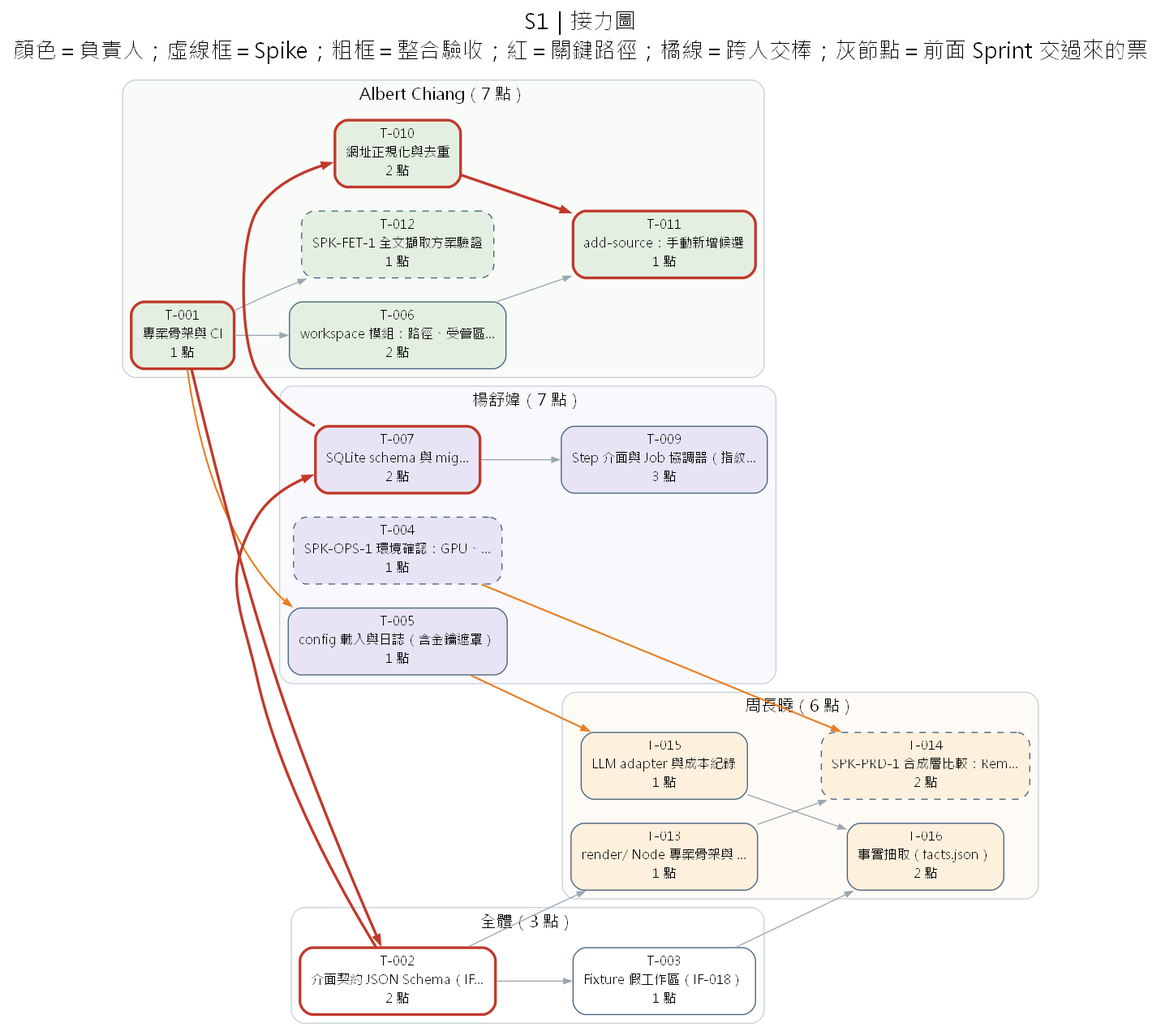
Earlier version of the Graphviz export engineering/diagrams/dag-S1.png (Zenobia000/AI_Media_Studio_content_pipe). Its source is kept beside it as engineering/diagrams/dag-S1.dot. The source it was exported from:
```dot
digraph S {
graph [rankdir=LR, bgcolor="white", fontname="Microsoft JhengHei", fontsize=20, labelloc=t, nodesep=0.3, ranksep=0.7, label="S1｜接力圖
顏色＝負責人；虛線框＝Spike；粗框＝整合驗收；紅＝關鍵路徑；橘線＝跨人交棒；灰節點＝前面 Sprint 交過來的票"];
node [shape=box, style="rounded,filled", fontname="Microsoft JhengHei", fontsize=12, color="#42617d", margin="0.14,0.07"];
edge [color="#9aa7b3", arrowsize=0.7];
subgraph "cluster_Albert Chiang" { label="Albert Chiang（7 點）"; style="rounded,filled"; fillcolor="#e3f0e140"; color="#c7d0d9"; fontsize=15;
"T-001" [label="T-001
專案骨架與 CI
1 點", fillcolor="#e3f0e1", style="rounded,filled", penwidth=2.5, color="#c0392b"];
"T-006" [label="T-006
workspace 模組：路徑、受管區…
2 點", fillcolor="#e3f0e1", style="rounded,filled"];
"T-010" [label="T-010
網址正規化與去重
2 點", fillcolor="#e3f0e1", style="rounded,filled", penwidth=2.5, color="#c0392b"];
"T-011" [label="T-011
add-source：手動新增候選
1 點", fillcolor="#e3f0e1", style="rounded,filled", penwidth=2.5, color="#c0392b"];
"T-012" [label="T-012
SPK-FET-1 全文擷取方案驗證
1 點", fillcolor="#e3f0e1", style="rounded,filled,dashed"];
}
subgraph "cluster_周長曉" { label="周長曉（6 點）"; style="rounded,filled"; fillcolor="#fdf0dc40"; color="#c7d0d9"; fontsize=15;
"T-013" [label="T-013
render/ Node 專案骨架與 …
1 點", fillcolor="#fdf0dc", style="rounded,filled"];
"T-014" [label="T-014
SPK-PRD-1 合成層比較：Rem…
2 點", fillcolor="#fdf0dc", style="rounded,filled,dashed"];
"T-015" [label="T-015
LLM adapter 與成本紀錄
1 點", fillcolor="#fdf0dc", style="rounded,filled"];
"T-016" [label="T-016
事實抽取（facts.json）
2 點", fillcolor="#fdf0dc", style="rounded,filled"];
}
subgraph "cluster_楊舒媁" { label="楊舒媁（7 點）"; style="rounded,filled"; fillcolor="#e8e4f640"; color="#c7d0d9"; fontsize=15;
"T-004" [label="T-004
SPK-OPS-1 環境確認：GPU、…
1 點", fillcolor="#e8e4f6", style="rounded,filled,dashed"];
"T-005" [label="T-005
config 載入與日誌（含金鑰遮罩）
1 點", fillcolor="#e8e4f6", style="rounded,filled"];
"T-007" [label="T-007
SQLite schema 與 mig…
2 點", fillcolor="#e8e4f6", style="rounded,filled", penwidth=2.5, color="#c0392b"];
"T-009" [label="T-009
Step 介面與 Job 協調器（指紋…
3 點", fillcolor="#e8e4f6", style="rounded,filled"];
}
subgraph "cluster_全體" { label="全體（3 點）"; style="rounded,filled"; fillcolor="#ffffff40"; color="#c7d0d9"; fontsize=15;
"T-002" [label="T-002
介面契約 JSON Schema（IF…
2 點", fillcolor="#ffffff", style="rounded,filled", penwidth=2.5, color="#c0392b"];
"T-003" [label="T-003
Fixture 假工作區（IF-018）
1 點", fillcolor="#ffffff", style="rounded,filled"];
}
"T-001" -> "T-002" [color="#c0392b", penwidth=2.5];
"T-002" -> "T-003";
"T-001" -> "T-005" [color="#e67e22", penwidth=1.6];
"T-001" -> "T-006";
"T-002" -> "T-007" [color="#c0392b", penwidth=2.5];
"T-007" -> "T-009";
"T-007" -> "T-010" [color="#c0392b", penwidth=2.5];
"T-010" -> "T-011" [color="#c0392b", penwidth=2.5];
"T-006" -> "T-011";
"T-001" -> "T-012";
"T-002" -> "T-013";
"T-004" -> "T-014" [color="#e67e22", penwidth=1.6];
"T-013" -> "T-014";
"T-005" -> "T-015" [color="#e67e22", penwidth=1.6];
"T-015" -> "T-016";
"T-003" -> "T-016";
}
```
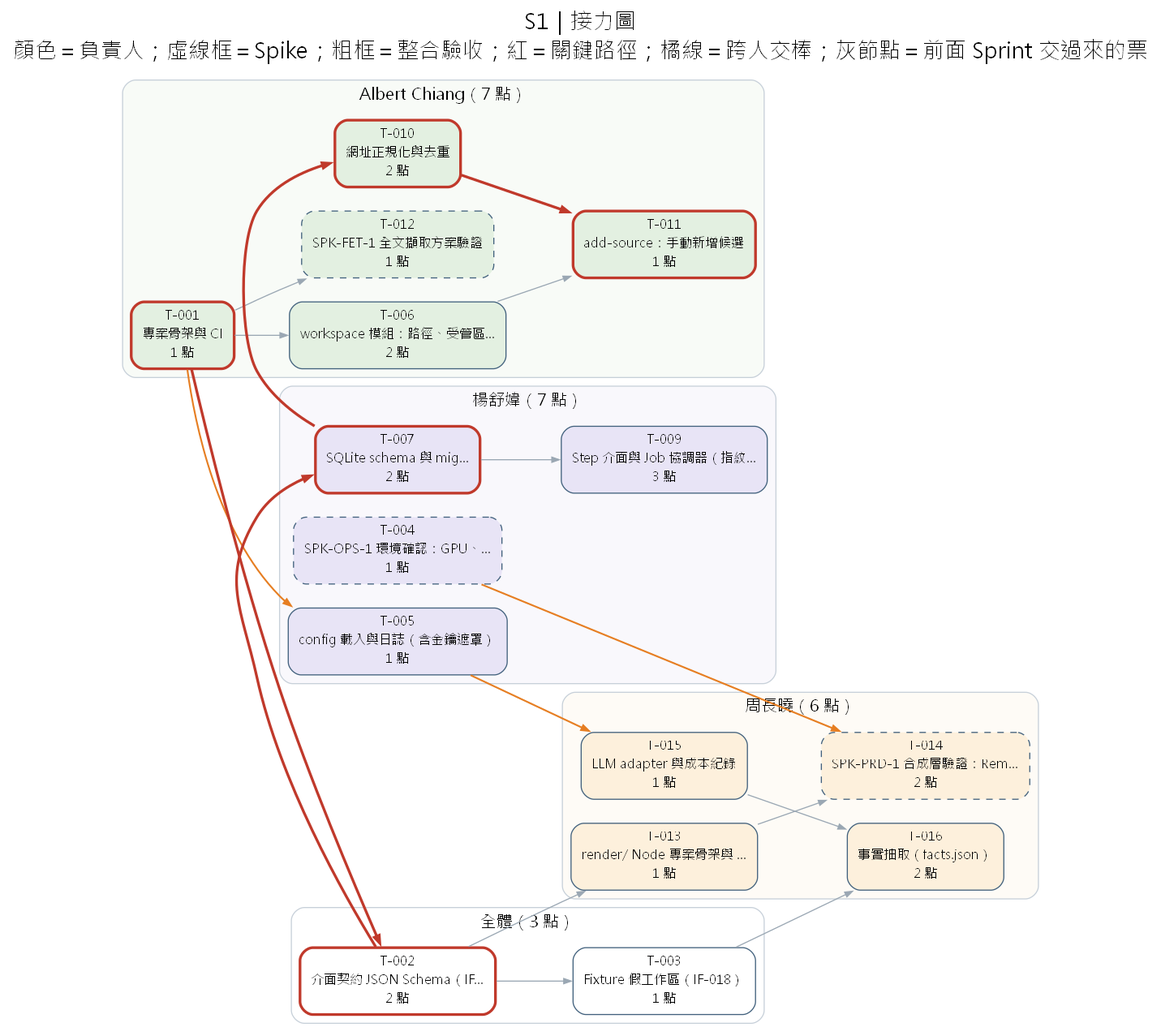
Later version of the same file.

What changed in the source:
```diff
@@ -25,7 +25,7 @@
 render/ Node 專案骨架與 …
 1 點", fillcolor="#fdf0dc", style="rounded,filled"];
 "T-014" [label="T-014
-SPK-PRD-1 合成層比較：Rem…
+SPK-PRD-1 合成層驗證：Rem…
 2 點", fillcolor="#fdf0dc", style="rounded,filled,dashed"];
 "T-015" [label="T-015
 LLM adapter 與成本紀錄
```
